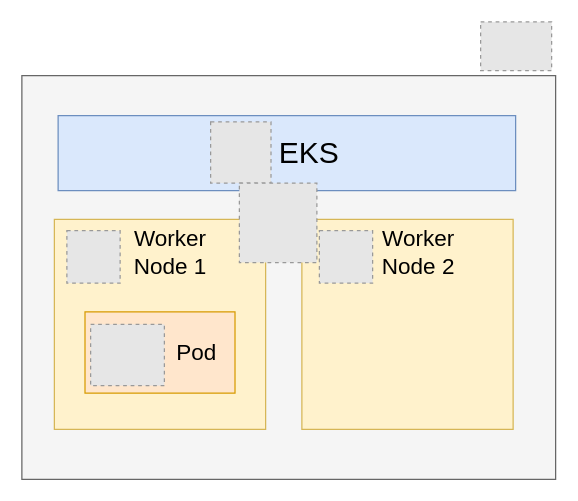
Before: drawIO/Install Grafana on AWS EKS using Helm.drawio in JaydeepUniverse/blogs, a draw.io diagram. Source tidied: cells renumbered, new cells numbered last; positions are measured from the earlier drawing's top-left corner, leaving out a move shared by most shapes. Both pictures are drawn from the tidied source at 125%, with x=0, y=0 at pixel (21, 21). Pictures stored in the file or linked from it are replaced by grey dashed boxes.
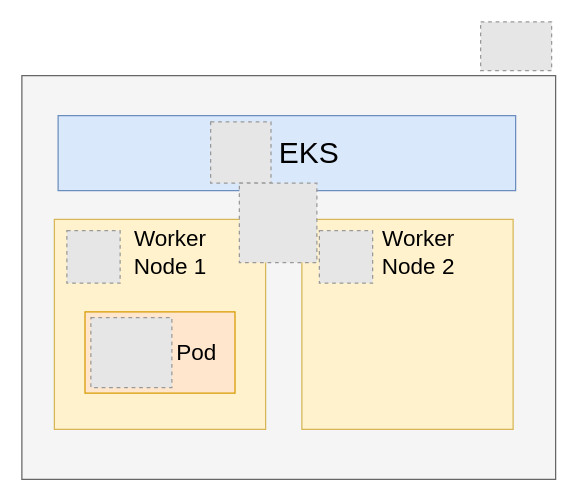
The same page after the edit.

Diff of the diagram source:
```diff
@@
 <mxGraphModel>
   <root>
     <mxCell id="0" />
     <mxCell id="1" parent="0" />
     <mxCell id="2" style="rounded=0;whiteSpace=wrap;html=1;fillColor=#f5f5f5;strokeColor=#666666;fontColor=#333333;" parent="1" vertex="1">
       <mxGeometry y="43" width="427" height="323" as="geometry" />
     </mxCell>
     <mxCell id="3" style="rounded=0;whiteSpace=wrap;html=1;fillColor=#fff2cc;strokeColor=#d6b656;" parent="1" vertex="1">
       <mxGeometry x="26" y="158" width="169" height="168" as="geometry" />
     </mxCell>
     <mxCell id="4" style="rounded=0;whiteSpace=wrap;html=1;fillColor=#dae8fc;strokeColor=#6c8ebf;" parent="1" vertex="1">
       <mxGeometry x="29" y="75" width="366" height="60" as="geometry" />
     </mxCell>
     <mxCell id="5" style="fillColor=#E6E6E6;strokeColor=#999999;dashed=1;verticalLabelPosition=bottom;labelBackgroundColor=#ffffff;verticalAlign=top;" parent="1" vertex="1">
       <mxGeometry x="367" width="56.8" height="39" as="geometry" />
     </mxCell>
     <mxCell id="6" style="rounded=0;whiteSpace=wrap;html=1;fillColor=#fff2cc;strokeColor=#d6b656;" parent="1" vertex="1">
       <mxGeometry x="224" y="158" width="169" height="168" as="geometry" />
     </mxCell>
     <mxCell id="7" style="fillColor=#E6E6E6;strokeColor=#999999;dashed=1;verticalLabelPosition=bottom;labelBackgroundColor=#ffffff;verticalAlign=top;" parent="1" vertex="1">
       <mxGeometry x="151" y="80" width="48.3" height="49" as="geometry" />
     </mxCell>
     <mxCell id="8" value="&lt;font style=&quot;font-size: 24px&quot;&gt;EKS&lt;/font&gt;" style="text;html=1;strokeColor=none;fillColor=none;align=center;verticalAlign=middle;whiteSpace=wrap;rounded=0;" parent="1" vertex="1">
       <mxGeometry x="210" y="95" width="40" height="20" as="geometry" />
     </mxCell>
     <mxCell id="9" style="fillColor=#E6E6E6;strokeColor=#999999;dashed=1;verticalLabelPosition=bottom;labelBackgroundColor=#ffffff;verticalAlign=top;" parent="1" vertex="1">
       <mxGeometry x="36" y="167" width="42.6" height="42" as="geometry" />
     </mxCell>
     <mxCell id="10" style="fillColor=#E6E6E6;strokeColor=#999999;dashed=1;verticalLabelPosition=bottom;labelBackgroundColor=#ffffff;verticalAlign=top;" parent="1" vertex="1">
       <mxGeometry x="238" y="167" width="42.6" height="42" as="geometry" />
     </mxCell>
     <mxCell id="11" value="&lt;font style=&quot;font-size: 18px&quot;&gt;Worker Node 1&lt;/font&gt;" style="text;html=1;strokeColor=none;fillColor=none;align=center;verticalAlign=middle;whiteSpace=wrap;rounded=0;" parent="1" vertex="1">
       <mxGeometry x="76" y="175" width="86" height="20" as="geometry" />
     </mxCell>
     <mxCell id="12" value="&lt;font style=&quot;font-size: 18px&quot;&gt;Worker Node 2&lt;/font&gt;" style="text;html=1;strokeColor=none;fillColor=none;align=center;verticalAlign=middle;whiteSpace=wrap;rounded=0;" parent="1" vertex="1">
       <mxGeometry x="273" y="175" width="89" height="20" as="geometry" />
     </mxCell>
     <mxCell id="13" style="rounded=0;whiteSpace=wrap;html=1;fillColor=#ffe6cc;strokeColor=#d79b00;" parent="1" vertex="1">
       <mxGeometry x="50.5" y="232" width="120" height="65" as="geometry" />
     </mxCell>
     <mxCell id="14" style="fillColor=#E6E6E6;strokeColor=#999999;dashed=1;verticalLabelPosition=bottom;labelBackgroundColor=#ffffff;verticalAlign=top;" parent="1" vertex="1">
       <mxGeometry x="174" y="129" width="62" height="63.5" as="geometry" />
     </mxCell>
     <mxCell id="15" value="&lt;font style=&quot;font-size: 18px&quot;&gt;Pod&lt;/font&gt;" style="text;html=1;strokeColor=none;fillColor=none;align=center;verticalAlign=middle;whiteSpace=wrap;rounded=0;" parent="1" vertex="1">
       <mxGeometry x="120" y="254.5" width="40" height="20" as="geometry" />
     </mxCell>
-    <mxCell id="16" style="fillColor=#E6E6E6;strokeColor=#999999;dashed=1;verticalLabelPosition=bottom;labelBackgroundColor=#ffffff;verticalAlign=top;" parent="1" vertex="1">
-      <mxGeometry x="55" y="242" width="59" height="49" as="geometry" />
-    </mxCell>
+    <mxCell id="17" style="fillColor=#E6E6E6;strokeColor=#999999;dashed=1;verticalLabelPosition=bottom;labelBackgroundColor=#ffffff;verticalAlign=top;" parent="1" vertex="1">
+      <mxGeometry x="55.2" y="236.5" width="64.8" height="56" as="geometry" />
+    </mxCell>
   </root>
 </mxGraphModel>
```
